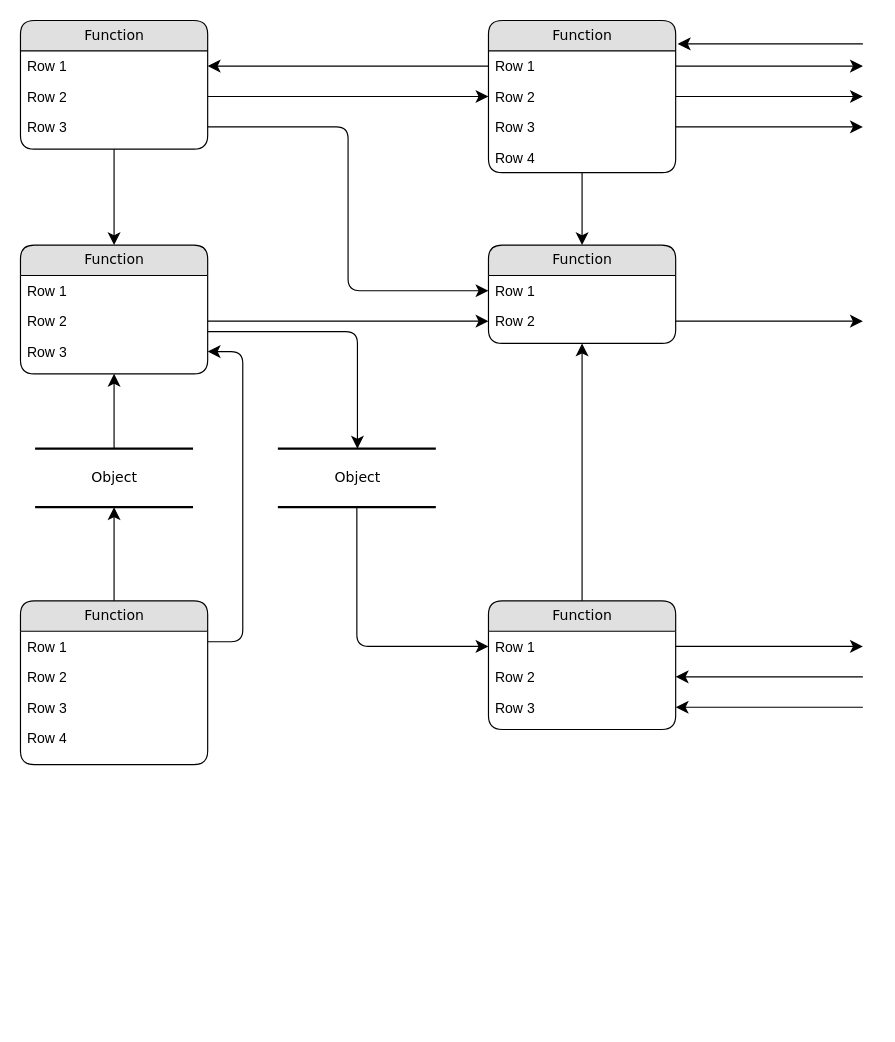
This is riscv-cpu-datapath.drawio from reburnw/riscv-cpu-dataflow, a draw.io file, before an edit. Source tidied: cells renumbered, new cells numbered last; positions are measured from the earlier drawing's top-left corner, leaving out a move shared by most shapes. Both pictures are drawn from the tidied source at 117%, with x=0, y=0 at pixel (20, 20).
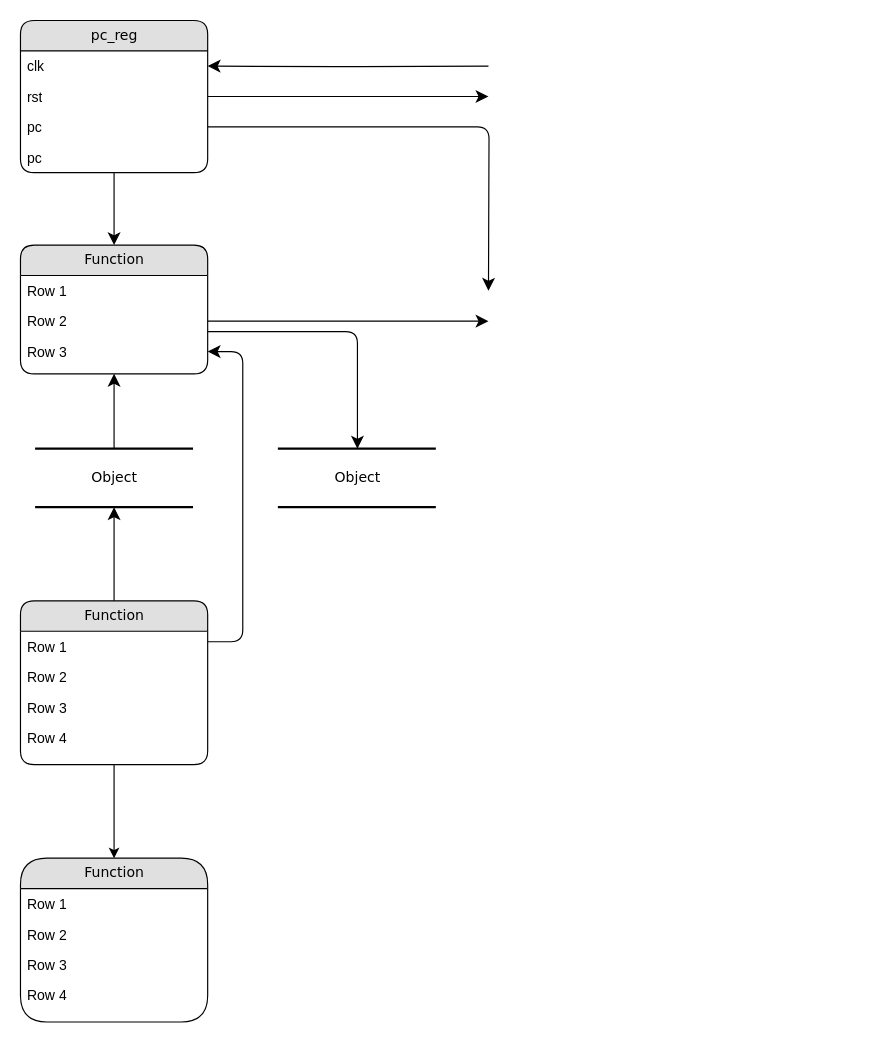
After the change.

The change refers to these unchanged cells:
```xml
<mxCell id="14" value="Row 2" style="text;html=1;strokeColor=none;fillColor=none;spacingLeft=4;spacingRight=4;whiteSpace=wrap;overflow=hidden;points=[[0,0.5],[1,0.5]];portConstraint=eastwest;" parent="12" vertex="1">
  <mxGeometry y="52" width="160" height="26" as="geometry" />
</mxCell>
<mxCell id="16" value="Function" style="swimlane;html=1;fontStyle=0;horizontal=1;startSize=26;fillColor=#e0e0e0;swimlaneFillColor=#ffffff;align=center;rounded=1;shadow=0;comic=0;labelBackgroundColor=none;strokeWidth=1;fontFamily=Verdana;fontSize=12;" parent="1" vertex="1">
  <mxGeometry y="496" width="160" height="140" as="geometry" />
</mxCell>
<mxCell id="28" value="Object" style="html=1;rounded=0;shadow=0;comic=0;labelBackgroundColor=none;strokeWidth=2;fontFamily=Verdana;fontSize=12;align=center;shape=mxgraph.ios7ui.horLines;" parent="1" vertex="1">
  <mxGeometry x="220" y="366" width="135" height="50" as="geometry" />
</mxCell>
```

What changed in the source:
```diff
@@
-    <mxCell id="3" value="Function" style="swimlane;html=1;fontStyle=0;horizontal=1;startSize=26;fillColor=#e0e0e0;swimlaneFillColor=#ffffff;align=center;rounded=1;shadow=0;comic=0;labelBackgroundColor=none;strokeWidth=1;fontFamily=Verdana;fontSize=12;" parent="1" vertex="1">
-      <mxGeometry width="160" height="110" as="geometry" />
+    <mxCell id="3" value="pc_reg" style="swimlane;html=1;fontStyle=0;horizontal=1;startSize=26;fillColor=#e0e0e0;swimlaneFillColor=#ffffff;align=center;rounded=1;shadow=0;comic=0;labelBackgroundColor=none;strokeWidth=1;fontFamily=Verdana;fontSize=12;" parent="1" vertex="1">
+      <mxGeometry width="160" height="130" as="geometry" />
     </mxCell>
-    <mxCell id="4" value="Row 1" style="text;html=1;strokeColor=none;fillColor=none;spacingLeft=4;spacingRight=4;whiteSpace=wrap;overflow=hidden;points=[[0,0.5],[1,0.5]];portConstraint=eastwest;" parent="3" vertex="1">
+    <mxCell id="4" value="clk" style="text;html=1;strokeColor=none;fillColor=none;spacingLeft=4;spacingRight=4;whiteSpace=wrap;overflow=hidden;points=[[0,0.5],[1,0.5]];portConstraint=eastwest;" parent="3" vertex="1">
       <mxGeometry y="26" width="160" height="26" as="geometry" />
     </mxCell>
-    <mxCell id="5" value="Row 2" style="text;html=1;strokeColor=none;fillColor=none;spacingLeft=4;spacingRight=4;whiteSpace=wrap;overflow=hidden;points=[[0,0.5],[1,0.5]];portConstraint=eastwest;" parent="3" vertex="1">
+    <mxCell id="5" value="rst" style="text;html=1;strokeColor=none;fillColor=none;spacingLeft=4;spacingRight=4;whiteSpace=wrap;overflow=hidden;points=[[0,0.5],[1,0.5]];portConstraint=eastwest;" parent="3" vertex="1">
       <mxGeometry y="52" width="160" height="26" as="geometry" />
     </mxCell>
-    <mxCell id="6" value="Row 3" style="text;html=1;strokeColor=none;fillColor=none;spacingLeft=4;spacingRight=4;whiteSpace=wrap;overflow=hidden;points=[[0,0.5],[1,0.5]];portConstraint=eastwest;" parent="3" vertex="1">
+    <mxCell id="6" value="pc" style="text;html=1;strokeColor=none;fillColor=none;spacingLeft=4;spacingRight=4;whiteSpace=wrap;overflow=hidden;points=[[0,0.5],[1,0.5]];portConstraint=eastwest;" parent="3" vertex="1">
       <mxGeometry y="78" width="160" height="26" as="geometry" />
     </mxCell>
-    <mxCell id="7" value="Function" style="swimlane;html=1;fontStyle=0;horizontal=1;startSize=26;fillColor=#e0e0e0;swimlaneFillColor=#ffffff;align=center;rounded=1;shadow=0;comic=0;labelBackgroundColor=none;strokeWidth=1;fontFamily=Verdana;fontSize=12;" parent="1" vertex="1">
-      <mxGeometry x="400" width="160" height="130" as="geometry" />
-    </mxCell>
-    <mxCell id="8" value="Row 1" style="text;html=1;strokeColor=none;fillColor=none;spacingLeft=4;spacingRight=4;whiteSpace=wrap;overflow=hidden;points=[[0,0.5],[1,0.5]];portConstraint=eastwest;" parent="7" vertex="1">
-      <mxGeometry y="26" width="160" height="26" as="geometry" />
-    </mxCell>
-    <mxCell id="9" value="Row 2" style="text;html=1;strokeColor=none;fillColor=none;spacingLeft=4;spacingRight=4;whiteSpace=wrap;overflow=hidden;points=[[0,0.5],[1,0.5]];portConstraint=eastwest;" parent="7" vertex="1">
-      <mxGeometry y="52" width="160" height="26" as="geometry" />
-    </mxCell>
-    <mxCell id="10" value="Row 3" style="text;html=1;strokeColor=none;fillColor=none;spacingLeft=4;spacingRight=4;whiteSpace=wrap;overflow=hidden;points=[[0,0.5],[1,0.5]];portConstraint=eastwest;" parent="7" vertex="1">
-      <mxGeometry y="78" width="160" height="26" as="geometry" />
-    </mxCell>
-    <mxCell id="11" value="Row 4" style="text;html=1;strokeColor=none;fillColor=none;spacingLeft=4;spacingRight=4;whiteSpace=wrap;overflow=hidden;" parent="7" vertex="1">
-      <mxGeometry y="104" width="160" height="26" as="geometry" />
-    </mxCell>
+    <mxCell id="49" value="pc" style="text;html=1;strokeColor=none;fillColor=none;spacingLeft=4;spacingRight=4;whiteSpace=wrap;overflow=hidden;" parent="3" vertex="1">
+      <mxGeometry y="104" width="160" height="26" as="geometry" />
+    </mxCell>
@@
+    <mxCell id="50" style="edgeStyle=orthogonalEdgeStyle;rounded=0;jettySize=auto;html=1;" parent="1" edge="1" source="16" target="51">
+      <mxGeometry relative="1" as="geometry" />
+    </mxCell>
@@
-    <mxCell id="21" value="Function" style="swimlane;html=1;fontStyle=0;horizontal=1;startSize=26;fillColor=#e0e0e0;swimlaneFillColor=#ffffff;align=center;rounded=1;shadow=0;comic=0;labelBackgroundColor=none;strokeWidth=1;fontFamily=Verdana;fontSize=12;" parent="1" vertex="1">
-      <mxGeometry x="400" y="192" width="160" height="84" as="geometry" />
-    </mxCell>
-    <mxCell id="22" value="Row 1" style="text;html=1;strokeColor=none;fillColor=none;spacingLeft=4;spacingRight=4;whiteSpace=wrap;overflow=hidden;points=[[0,0.5],[1,0.5]];portConstraint=eastwest;" parent="21" vertex="1">
-      <mxGeometry y="26" width="160" height="26" as="geometry" />
-    </mxCell>
-    <mxCell id="23" value="Row 2" style="text;html=1;strokeColor=none;fillColor=none;spacingLeft=4;spacingRight=4;whiteSpace=wrap;overflow=hidden;points=[[0,0.5],[1,0.5]];portConstraint=eastwest;" parent="21" vertex="1">
-      <mxGeometry y="52" width="160" height="26" as="geometry" />
-    </mxCell>
-    <mxCell id="24" value="Function" style="swimlane;html=1;fontStyle=0;horizontal=1;startSize=26;fillColor=#e0e0e0;swimlaneFillColor=#ffffff;align=center;rounded=1;shadow=0;comic=0;labelBackgroundColor=none;strokeWidth=1;fontFamily=Verdana;fontSize=12;" parent="1" vertex="1">
-      <mxGeometry x="400" y="496" width="160" height="110" as="geometry" />
-    </mxCell>
-    <mxCell id="25" value="Row 1" style="text;html=1;strokeColor=none;fillColor=none;spacingLeft=4;spacingRight=4;whiteSpace=wrap;overflow=hidden;points=[[0,0.5],[1,0.5]];portConstraint=eastwest;" parent="24" vertex="1">
-      <mxGeometry y="26" width="160" height="26" as="geometry" />
-    </mxCell>
-    <mxCell id="26" value="Row 2" style="text;html=1;strokeColor=none;fillColor=none;spacingLeft=4;spacingRight=4;whiteSpace=wrap;overflow=hidden;points=[[0,0.5],[1,0.5]];portConstraint=eastwest;" parent="24" vertex="1">
-      <mxGeometry y="52" width="160" height="26" as="geometry" />
-    </mxCell>
-    <mxCell id="27" value="Row 3" style="text;html=1;strokeColor=none;fillColor=none;spacingLeft=4;spacingRight=4;whiteSpace=wrap;overflow=hidden;points=[[0,0.5],[1,0.5]];portConstraint=eastwest;" parent="24" vertex="1">
-      <mxGeometry y="78" width="160" height="26" as="geometry" />
-    </mxCell>
@@
-    <mxCell id="32" style="edgeStyle=orthogonalEdgeStyle;html=1;labelBackgroundColor=none;startFill=0;startSize=8;endFill=1;endSize=8;fontFamily=Verdana;fontSize=12;" parent="1" edge="1" source="28" target="25">
-      <mxGeometry x="-0.13" y="32" relative="1" as="geometry" />
-    </mxCell>
@@
-    <mxCell id="35" style="edgeStyle=orthogonalEdgeStyle;html=1;labelBackgroundColor=none;startFill=0;startSize=8;endFill=1;endSize=8;fontFamily=Verdana;fontSize=12;" parent="1" edge="1" source="24" target="21">
-      <mxGeometry relative="1" as="geometry" />
-    </mxCell>
-    <mxCell id="36" style="edgeStyle=orthogonalEdgeStyle;html=1;labelBackgroundColor=none;startFill=0;startSize=8;endFill=1;endSize=8;fontFamily=Verdana;fontSize=12;" parent="1" edge="1" source="7" target="21">
-      <mxGeometry relative="1" as="geometry" />
-    </mxCell>
-    <mxCell id="37" style="edgeStyle=orthogonalEdgeStyle;html=1;entryX=0;entryY=0.5;labelBackgroundColor=none;startFill=0;startSize=8;endFill=1;endSize=8;fontFamily=Verdana;fontSize=12;exitX=1;exitY=0.5;" parent="1" edge="1" source="5" target="9">
-      <mxGeometry relative="1" as="geometry" />
+    <mxCell id="37" style="edgeStyle=orthogonalEdgeStyle;html=1;entryX=0;entryY=0.5;labelBackgroundColor=none;startFill=0;startSize=8;endFill=1;endSize=8;fontFamily=Verdana;fontSize=12;exitX=1;exitY=0.5;" parent="1" edge="1" source="5">
+      <mxGeometry relative="1" as="geometry">
+        <mxPoint x="400" y="65" as="targetPoint" />
+      </mxGeometry>
     </mxCell>
-    <mxCell id="38" style="edgeStyle=orthogonalEdgeStyle;html=1;exitX=0;exitY=0.5;entryX=1;entryY=0.5;labelBackgroundColor=none;startFill=0;startSize=8;endFill=1;endSize=8;fontFamily=Verdana;fontSize=12;" parent="1" edge="1" source="8" target="4">
-      <mxGeometry relative="1" as="geometry" />
+    <mxCell id="38" style="edgeStyle=orthogonalEdgeStyle;html=1;exitX=0;exitY=0.5;entryX=1;entryY=0.5;labelBackgroundColor=none;startFill=0;startSize=8;endFill=1;endSize=8;fontFamily=Verdana;fontSize=12;" parent="1" edge="1" target="4">
+      <mxGeometry relative="1" as="geometry">
+        <mxPoint x="400" y="39" as="sourcePoint" />
+      </mxGeometry>
     </mxCell>
-    <mxCell id="39" style="edgeStyle=orthogonalEdgeStyle;html=1;exitX=1;exitY=0.5;entryX=0;entryY=0.5;labelBackgroundColor=none;startFill=0;startSize=8;endFill=1;endSize=8;fontFamily=Verdana;fontSize=12;" parent="1" edge="1" source="6" target="22">
-      <mxGeometry relative="1" as="geometry" />
+    <mxCell id="39" style="edgeStyle=orthogonalEdgeStyle;html=1;exitX=1;exitY=0.5;entryX=0;entryY=0.5;labelBackgroundColor=none;startFill=0;startSize=8;endFill=1;endSize=8;fontFamily=Verdana;fontSize=12;" parent="1" edge="1" source="6">
+      <mxGeometry relative="1" as="geometry">
+        <mxPoint x="400" y="231" as="targetPoint" />
+      </mxGeometry>
     </mxCell>
-    <mxCell id="40" style="edgeStyle=orthogonalEdgeStyle;html=1;exitX=1;exitY=0.5;entryX=0;entryY=0.5;labelBackgroundColor=none;startFill=0;startSize=8;endFill=1;endSize=8;fontFamily=Verdana;fontSize=12;" parent="1" edge="1" source="14" target="23">
-      <mxGeometry relative="1" as="geometry" />
+    <mxCell id="40" style="edgeStyle=orthogonalEdgeStyle;html=1;exitX=1;exitY=0.5;entryX=0;entryY=0.5;labelBackgroundColor=none;startFill=0;startSize=8;endFill=1;endSize=8;fontFamily=Verdana;fontSize=12;" parent="1" edge="1" source="14">
+      <mxGeometry relative="1" as="geometry">
+        <mxPoint x="400" y="257" as="targetPoint" />
+      </mxGeometry>
     </mxCell>
-    <mxCell id="41" style="edgeStyle=orthogonalEdgeStyle;html=1;labelBackgroundColor=none;startFill=0;startSize=8;endFill=1;endSize=8;fontFamily=Verdana;fontSize=12;" parent="1" edge="1" source="23">
-      <mxGeometry relative="1" as="geometry">
-        <mxPoint x="720" y="257" as="targetPoint" />
-      </mxGeometry>
-    </mxCell>
-    <mxCell id="42" style="edgeStyle=orthogonalEdgeStyle;html=1;exitX=1;exitY=0.5;labelBackgroundColor=none;startFill=0;startSize=8;endFill=1;endSize=8;fontFamily=Verdana;fontSize=12;" parent="1" edge="1" source="25">
-      <mxGeometry relative="1" as="geometry">
-        <mxPoint x="720" y="535" as="targetPoint" />
-      </mxGeometry>
-    </mxCell>
-    <mxCell id="43" style="edgeStyle=orthogonalEdgeStyle;html=1;labelBackgroundColor=none;startFill=0;startSize=8;endFill=1;endSize=8;fontFamily=Verdana;fontSize=12;entryX=1;entryY=0.5;" parent="1" edge="1" target="26">
-      <mxGeometry relative="1" as="geometry">
-        <mxPoint x="720" y="561" as="sourcePoint" />
-        <Array as="points">
-          <mxPoint x="720" y="561" />
-        </Array>
-      </mxGeometry>
-    </mxCell>
-    <mxCell id="44" style="edgeStyle=orthogonalEdgeStyle;html=1;labelBackgroundColor=none;startFill=0;startSize=8;endFill=1;endSize=8;fontFamily=Verdana;fontSize=12;entryX=1;entryY=0.5;" parent="1" edge="1" target="27">
-      <mxGeometry relative="1" as="geometry">
-        <mxPoint x="720" y="587" as="sourcePoint" />
-        <Array as="points">
-          <mxPoint x="640" y="587" />
-          <mxPoint x="640" y="587" />
-        </Array>
-      </mxGeometry>
-    </mxCell>
-    <mxCell id="45" style="edgeStyle=orthogonalEdgeStyle;html=1;exitX=1;exitY=0.5;labelBackgroundColor=none;startFill=0;startSize=8;endFill=1;endSize=8;fontFamily=Verdana;fontSize=12;" parent="1" edge="1" source="8">
-      <mxGeometry relative="1" as="geometry">
-        <mxPoint x="720" y="39" as="targetPoint" />
-      </mxGeometry>
-    </mxCell>
-    <mxCell id="46" style="edgeStyle=orthogonalEdgeStyle;html=1;exitX=1;exitY=0.5;labelBackgroundColor=none;startFill=0;startSize=8;endFill=1;endSize=8;fontFamily=Verdana;fontSize=12;" parent="1" edge="1" source="9">
-      <mxGeometry relative="1" as="geometry">
-        <mxPoint x="720" y="65" as="targetPoint" />
-      </mxGeometry>
-    </mxCell>
-    <mxCell id="47" style="edgeStyle=orthogonalEdgeStyle;html=1;exitX=1;exitY=0.5;labelBackgroundColor=none;startFill=0;startSize=8;endFill=1;endSize=8;fontFamily=Verdana;fontSize=12;" parent="1" edge="1" source="10">
-      <mxGeometry relative="1" as="geometry">
-        <mxPoint x="720" y="91" as="targetPoint" />
-      </mxGeometry>
-    </mxCell>
-    <mxCell id="48" style="edgeStyle=elbowEdgeStyle;html=1;labelBackgroundColor=none;startFill=0;startSize=8;endFill=1;endSize=8;fontFamily=Verdana;fontSize=12;elbow=vertical;entryX=1.011;entryY=0.152;entryPerimeter=0;" parent="1" edge="1" target="7">
-      <mxGeometry relative="1" as="geometry">
-        <mxPoint x="720" y="20" as="sourcePoint" />
-        <Array as="points">
-          <mxPoint x="650" y="20" />
-        </Array>
-      </mxGeometry>
-    </mxCell>
+    <mxCell id="51" value="Function" style="swimlane;html=1;fontStyle=0;horizontal=1;startSize=26;fillColor=#e0e0e0;swimlaneFillColor=#ffffff;align=center;rounded=1;shadow=0;comic=0;labelBackgroundColor=none;strokeWidth=1;fontFamily=Verdana;fontSize=12;direction=east;arcSize=29;" parent="1" vertex="1">
+      <mxGeometry y="716" width="160" height="140" as="geometry" />
+    </mxCell>
+    <mxCell id="52" value="Row 1" style="text;html=1;strokeColor=none;fillColor=none;spacingLeft=4;spacingRight=4;whiteSpace=wrap;overflow=hidden;" parent="51" vertex="1">
+      <mxGeometry y="26" width="160" height="26" as="geometry" />
+    </mxCell>
+    <mxCell id="53" value="Row 2" style="text;html=1;strokeColor=none;fillColor=none;spacingLeft=4;spacingRight=4;whiteSpace=wrap;overflow=hidden;" parent="51" vertex="1">
+      <mxGeometry y="52" width="160" height="26" as="geometry" />
+    </mxCell>
+    <mxCell id="54" value="Row 3" style="text;html=1;strokeColor=none;fillColor=none;spacingLeft=4;spacingRight=4;whiteSpace=wrap;overflow=hidden;" parent="51" vertex="1">
+      <mxGeometry y="78" width="160" height="26" as="geometry" />
+    </mxCell>
+    <mxCell id="11" value="Row 4" style="text;html=1;strokeColor=none;fillColor=none;spacingLeft=4;spacingRight=4;whiteSpace=wrap;overflow=hidden;" parent="51" vertex="1">
+      <mxGeometry y="104" width="160" height="26" as="geometry" />
+    </mxCell>
```
